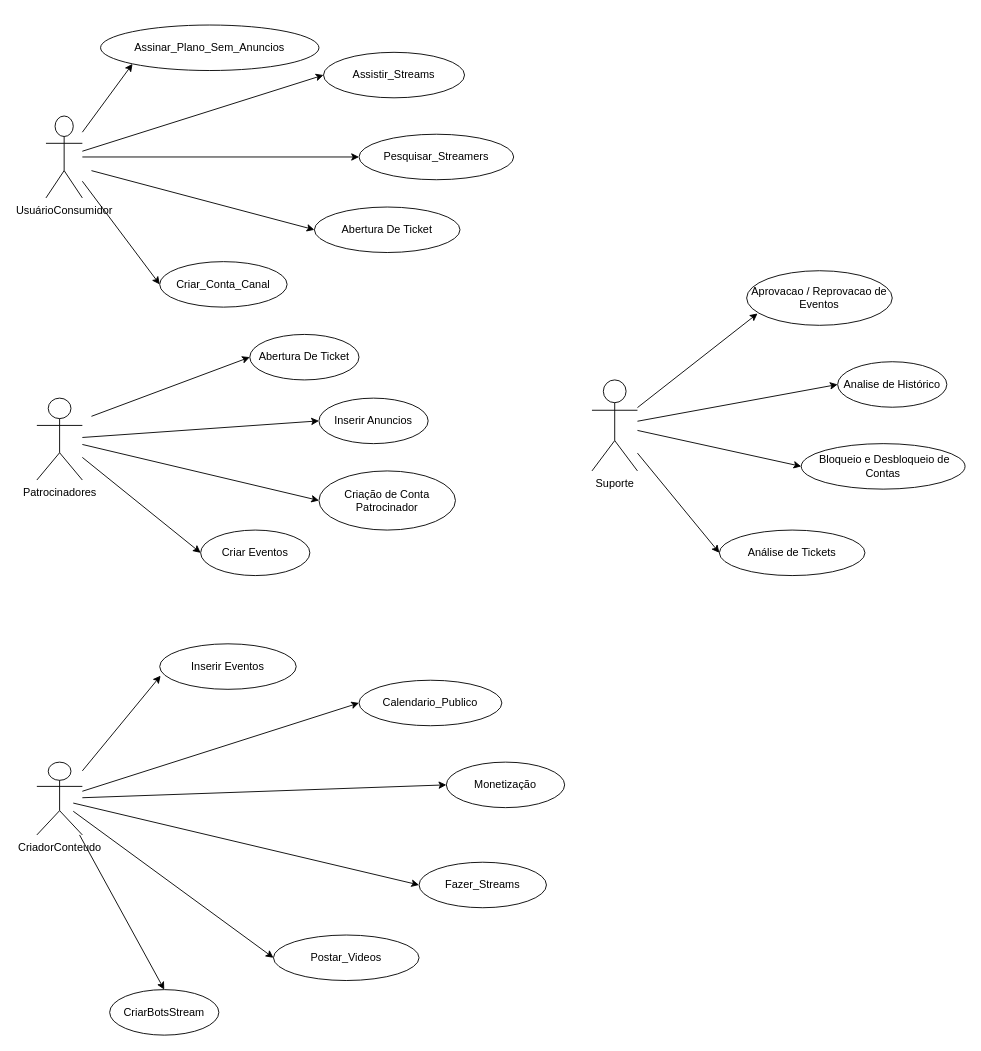
Before: page "Casos_De_Uso" (1 of 23) of DiagramasPIMVII.drawio in GustavoFerreira143/PIMVIISistemaDeStreaming, a draw.io diagram. Source tidied: cells renumbered, new cells numbered last; positions are measured from the earlier drawing's top-left corner, leaving out a move shared by most shapes. Both pictures are drawn from the tidied source at 91%, with x=0, y=0 at pixel (36, 25).
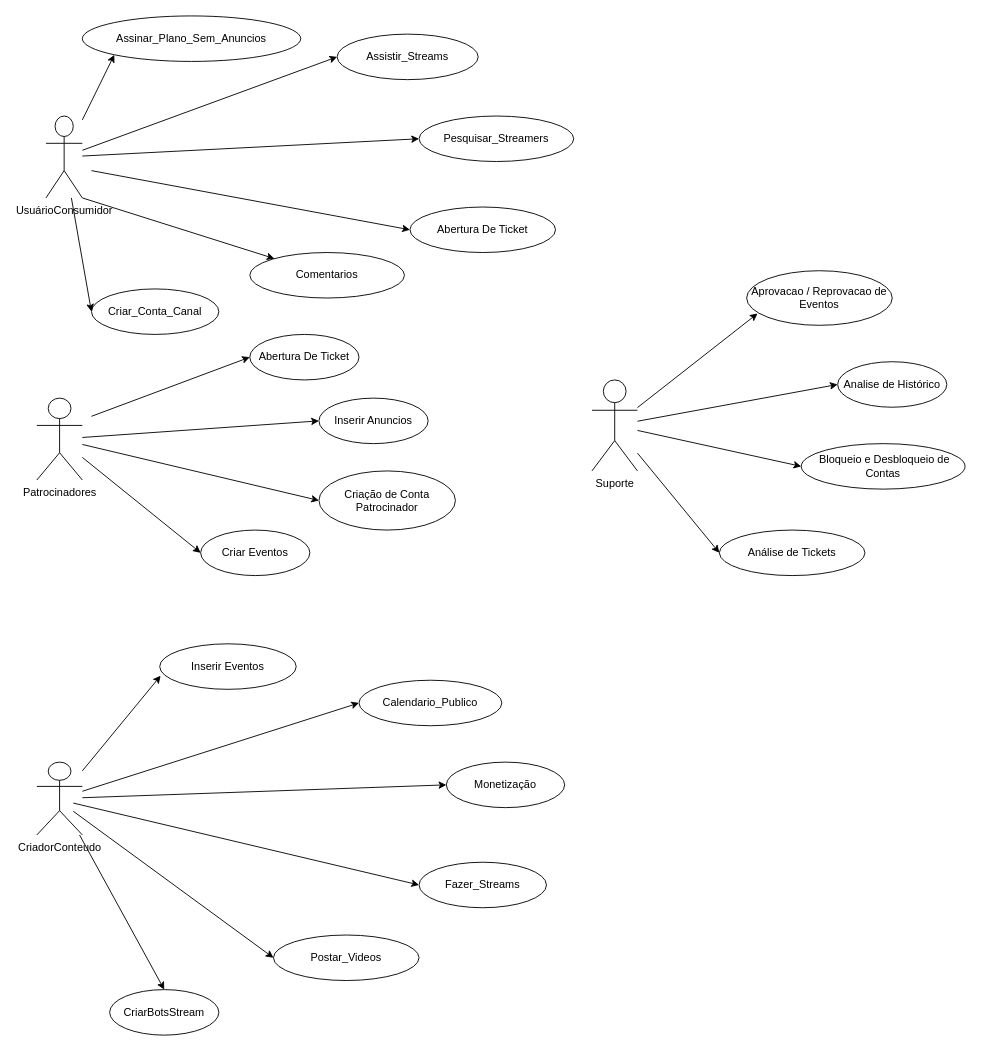
After the change.

The change refers to these unchanged cells:
```xml
<mxCell id="2" value="UsuárioConsumidor" style="shape=umlActor;verticalLabelPosition=bottom;verticalAlign=top;html=1;outlineConnect=0;" parent="1" vertex="1">
  <mxGeometry x="10" y="100" width="40" height="90" as="geometry" />
</mxCell>
```

Change to the diagram source:
```diff
@@
     <mxCell id="3" value="Assistir_Streams" style="ellipse;whiteSpace=wrap;html=1;" parent="1" vertex="1">
-      <mxGeometry x="315" y="30" width="155" height="50" as="geometry" />
+      <mxGeometry x="330" y="10" width="155" height="50" as="geometry" />
     </mxCell>
@@
     <mxCell id="7" value="Pesquisar_Streamers" style="ellipse;whiteSpace=wrap;html=1;" parent="1" vertex="1">
-      <mxGeometry x="354" y="120" width="170" height="50" as="geometry" />
+      <mxGeometry x="420" y="100" width="170" height="50" as="geometry" />
     </mxCell>
@@
     <mxCell id="16" value="Assinar_Plano_Sem_Anuncios" style="ellipse;whiteSpace=wrap;html=1;" parent="1" vertex="1">
-      <mxGeometry x="70" width="240" height="50" as="geometry" />
+      <mxGeometry x="50" y="-10" width="240" height="50" as="geometry" />
     </mxCell>
@@
     <mxCell id="25" value="Criar_Conta_Canal" style="ellipse;whiteSpace=wrap;html=1;" parent="1" vertex="1">
-      <mxGeometry x="135" y="260" width="140" height="50" as="geometry" />
+      <mxGeometry x="60" y="290" width="140" height="50" as="geometry" />
     </mxCell>
@@
     <mxCell id="40" value="Abertura De Ticket" style="ellipse;whiteSpace=wrap;html=1;" parent="1" vertex="1">
-      <mxGeometry x="305" y="200" width="160" height="50" as="geometry" />
+      <mxGeometry x="410" y="200" width="160" height="50" as="geometry" />
     </mxCell>
@@
+    <mxCell id="44" value="Comentarios" style="ellipse;whiteSpace=wrap;html=1;" parent="1" vertex="1">
+      <mxGeometry x="234" y="250" width="170" height="50" as="geometry" />
+    </mxCell>
+    <mxCell id="45" style="endArrow=classic;html=1;rounded=0;exitX=1;exitY=1;exitDx=0;exitDy=0;exitPerimeter=0;" parent="1" edge="1" source="2" target="44">
+      <mxGeometry relative="1" as="geometry" />
+    </mxCell>
```
